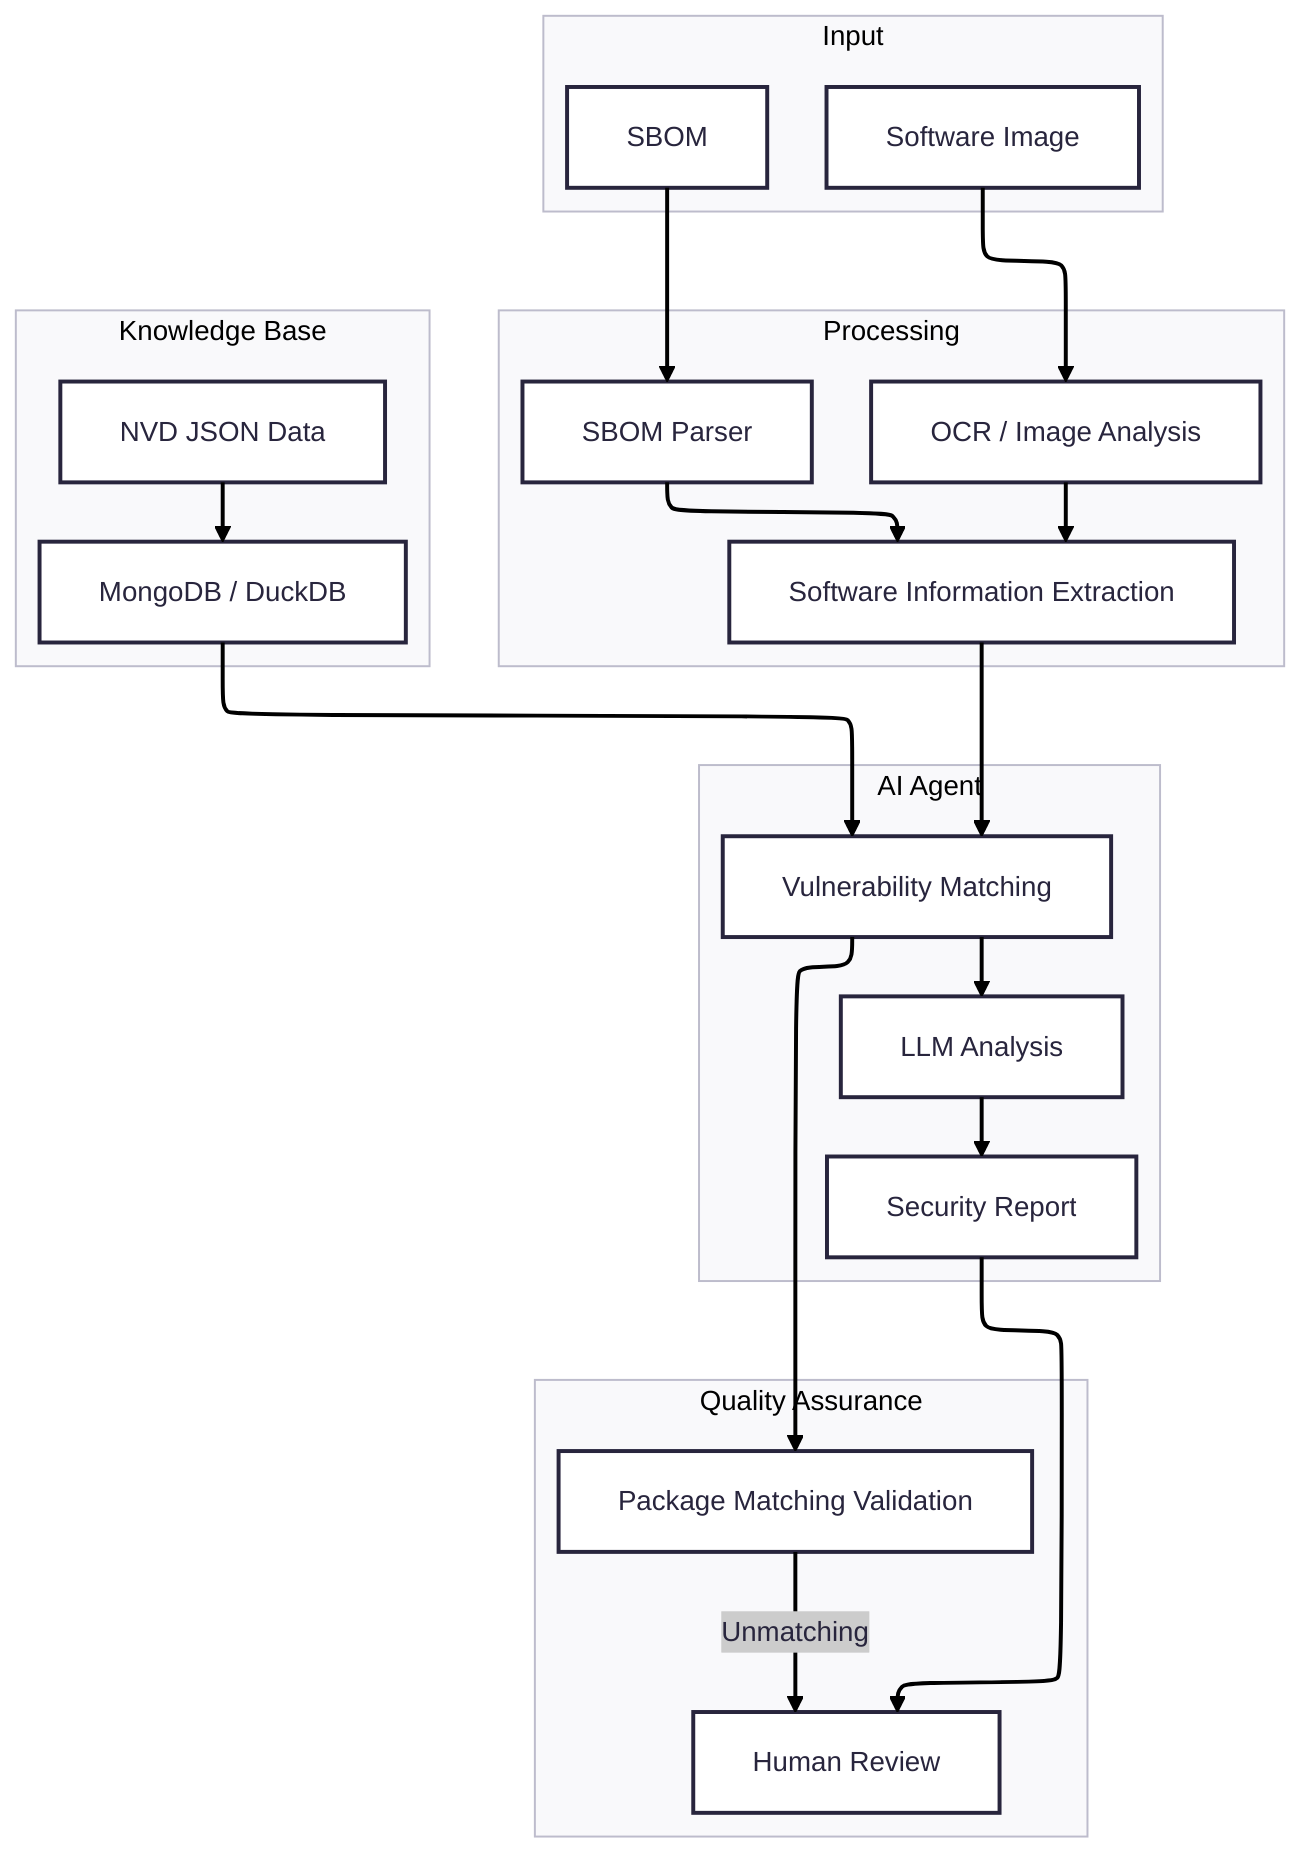
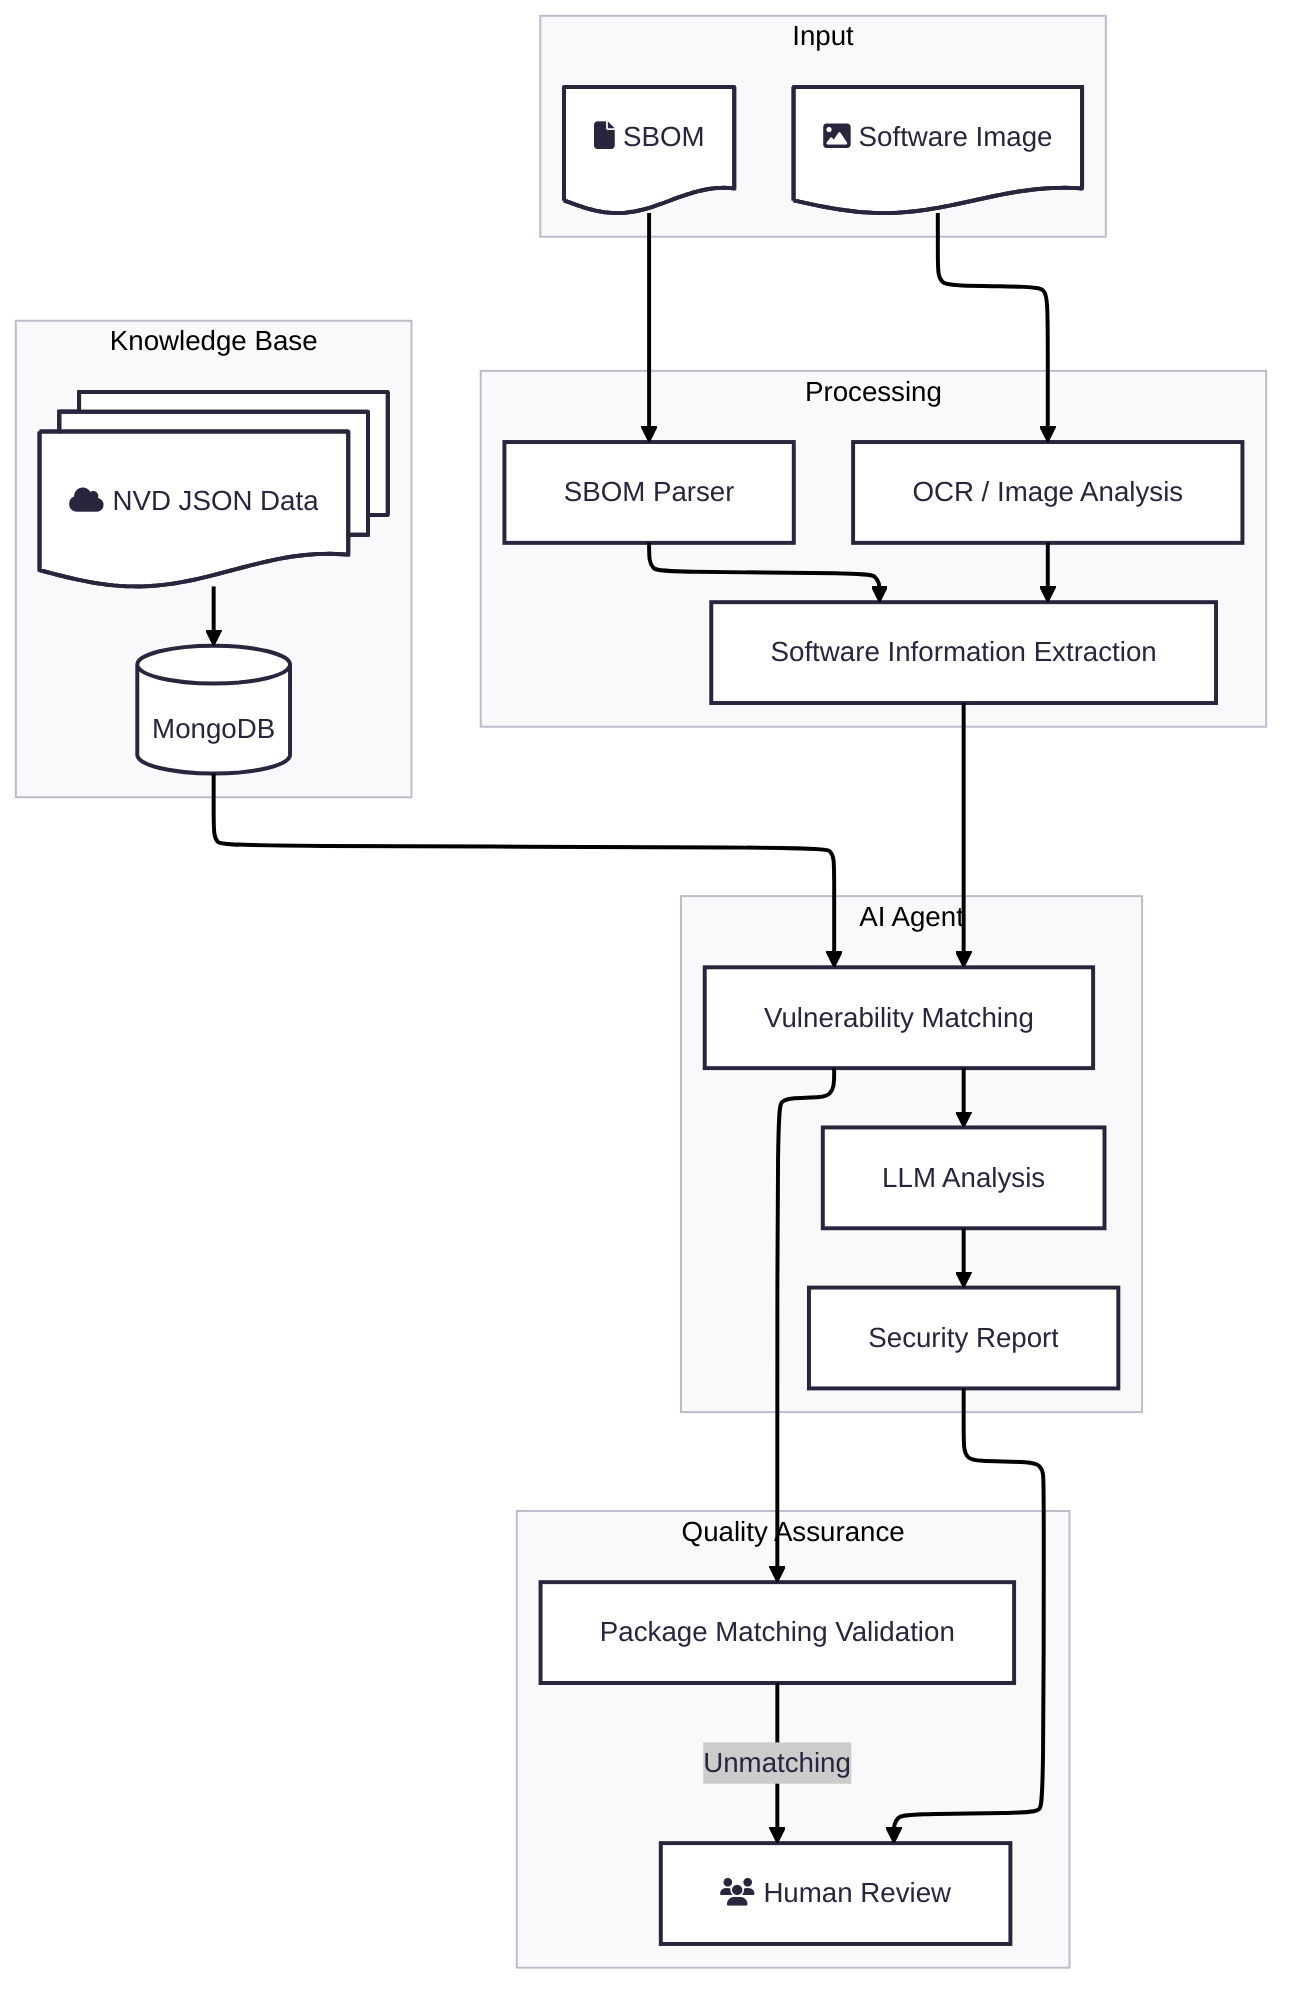
---
config:
  theme: redux
  layout: elk
---
flowchart TB
 subgraph Input["Input"]
-         A1["Software Image"]
-         A2["SBOM"]
+         A1@{ shape: doc, label: "fa:fa-image Software Image"}
+         A2@{ shape: doc, label: "fa:fa-file SBOM"}
  end

 subgraph Processing["Processing"]
        B1["OCR / Image Analysis"]
        B2["SBOM Parser"]
        B3["Software Information Extraction"]
  end

 subgraph KB["Knowledge Base"]
-         C1["NVD JSON Data"]
-         C2["MongoDB / DuckDB"]
+         C1@{ shape: docs, label: "fa:fa-cloud NVD JSON Data"}
+         C2[("MongoDB")]
  end

 subgraph AI["AI Agent"]
        D1["Vulnerability Matching"]
        D2["LLM Analysis"]
        D3["Security Report"]
  end

 subgraph QA["Quality Assurance"]
        E1["Package Matching Validation"]
-         E2["Human Review"]
+         E2["fa:fa-users Human Review"]
  end

    A1 --> B1
    A2 --> B2
    B1 --> B3
    B2 --> B3

    C1 --> C2

    B3 --> D1
    C2 --> D1

    D1 --> D2
    D2 --> D3

    D1 --> E1
    D3 --> E2

    E1 -- Unmatching --> E2